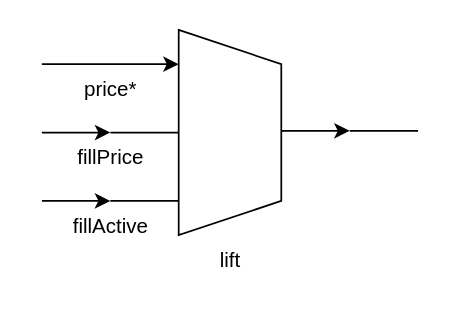
The draw.io diagram page "printLCD" (2 of 2) of ShowDollarsPump.drawio in suzuki-taro-29/FRP-chap4-diagrams, before the edit. Source tidied: cells renumbered, new cells numbered last; positions are measured from the earlier drawing's top-left corner, leaving out a move shared by most shapes. Both pictures are drawn from the tidied source at 171%, with x=0, y=0 at pixel (41, 29).
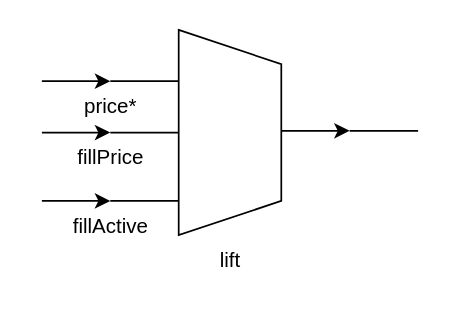
The same diagram, later.

Change to the diagram source:
```diff
@@
-    <mxCell id="2" style="endArrow=classic;html=1;" parent="1" edge="1">
-      <mxGeometry relative="1" as="geometry">
-        <mxPoint y="20" as="sourcePoint" />
-        <mxPoint x="80" y="20" as="targetPoint" />
-      </mxGeometry>
-    </mxCell>
@@
     <mxCell id="12" value="price*" style="text;html=1;align=center;verticalAlign=middle;strokeColor=none;fillColor=none;" parent="1" vertex="1">
-      <mxGeometry x="15" y="20" width="50" height="30" as="geometry" />
+      <mxGeometry x="15" y="30" width="50" height="30" as="geometry" />
     </mxCell>
@@
+    <mxCell id="14" style="endArrow=classic;html=1;" parent="1" edge="1">
+      <mxGeometry relative="1" as="geometry">
+        <mxPoint y="30" as="sourcePoint" />
+        <mxPoint x="40" y="30" as="targetPoint" />
+      </mxGeometry>
+    </mxCell>
+    <mxCell id="15" style="endArrow=none;html=1;" parent="1" edge="1">
+      <mxGeometry relative="1" as="geometry">
+        <mxPoint x="40" y="30" as="sourcePoint" />
+        <mxPoint x="80" y="30" as="targetPoint" />
+      </mxGeometry>
+    </mxCell>
```
